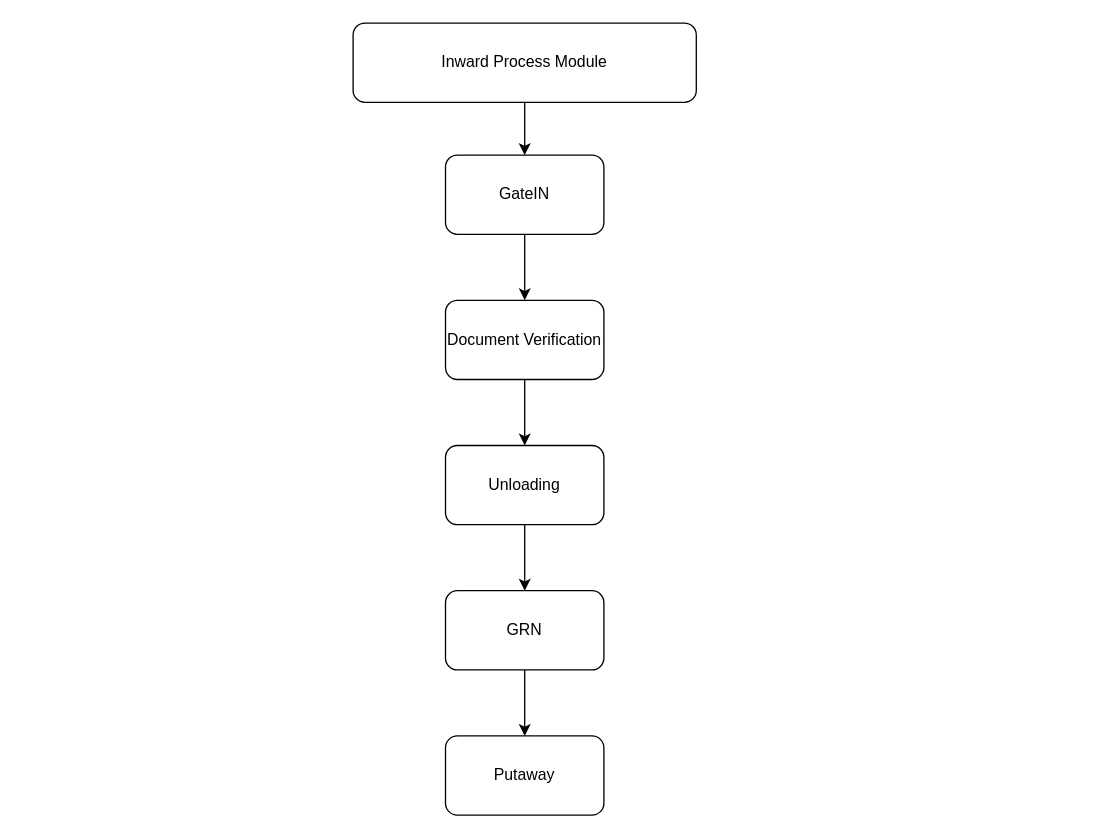
Above: Untitled Diagram.drawio in Sagar-1990/JavaTutorial (draw.io), before the change. Source tidied: cells renumbered, new cells numbered last; positions are measured from the earlier drawing's top-left corner, leaving out a move shared by most shapes. Both pictures are drawn from the tidied source at 132%, with x=0, y=0 at pixel (352, 22).
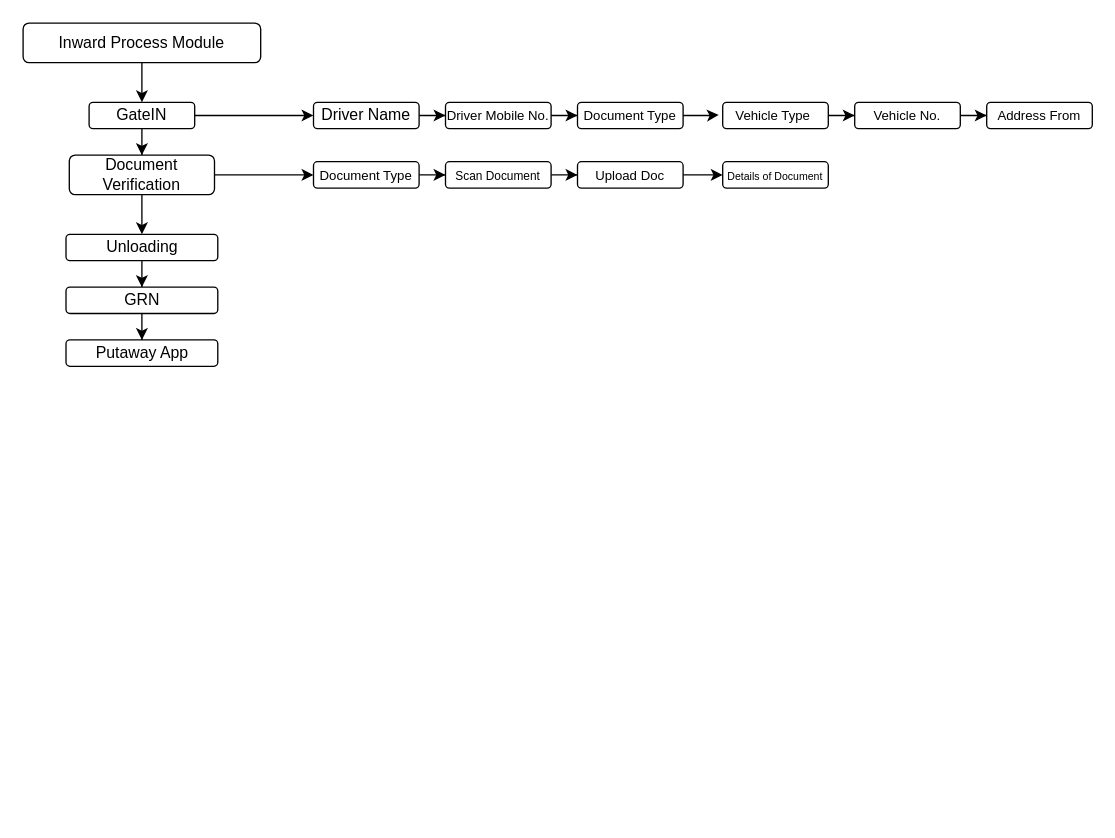
After the change.

What changed in the source:
```diff
@@
     <mxCell id="3" value="Inward Process Module" style="rounded=1;whiteSpace=wrap;html=1;" parent="1" vertex="1">
-      <mxGeometry width="260" height="60" as="geometry" />
+      <mxGeometry x="-250" width="180" height="30" as="geometry" />
     </mxCell>
@@
+    <mxCell id="13" style="edgeStyle=orthogonalEdgeStyle;rounded=0;jettySize=auto;html=1;" parent="1" edge="1" source="5" target="18">
+      <mxGeometry relative="1" as="geometry" />
+    </mxCell>
     <mxCell id="5" value="GateIN" style="rounded=1;whiteSpace=wrap;html=1;" parent="1" vertex="1">
-      <mxGeometry x="70" y="100" width="120" height="60" as="geometry" />
+      <mxGeometry x="-200" y="60" width="80" height="20" as="geometry" />
     </mxCell>
@@
+    <mxCell id="14" style="edgeStyle=orthogonalEdgeStyle;rounded=0;jettySize=auto;html=1;" parent="1" edge="1" source="7">
+      <mxGeometry relative="1" as="geometry">
+        <mxPoint x="-30" y="115" as="targetPoint" />
+      </mxGeometry>
+    </mxCell>
     <mxCell id="7" value="Document Verification" style="rounded=1;whiteSpace=wrap;html=1;" parent="1" vertex="1">
-      <mxGeometry x="70" y="210" width="120" height="60" as="geometry" />
+      <mxGeometry x="-215" y="100" width="110" height="30" as="geometry" />
     </mxCell>
-    <mxCell id="8" style="edgeStyle=orthogonalEdgeStyle;rounded=0;jettySize=auto;html=1;" parent="1" edge="1" source="9" target="10">
-      <mxGeometry relative="1" as="geometry" />
-    </mxCell>
+    <mxCell id="15" style="edgeStyle=orthogonalEdgeStyle;rounded=0;jettySize=auto;html=1;" parent="1" edge="1" source="9" target="16">
+      <mxGeometry relative="1" as="geometry" />
+    </mxCell>
     <mxCell id="9" value="GRN" style="rounded=1;whiteSpace=wrap;html=1;" parent="1" vertex="1">
-      <mxGeometry x="70" y="430" width="120" height="60" as="geometry" />
+      <mxGeometry x="-217.5" y="200" width="115" height="20" as="geometry" />
     </mxCell>
-    <mxCell id="10" value="Putaway" style="rounded=1;whiteSpace=wrap;html=1;" parent="1" vertex="1">
-      <mxGeometry x="70" y="540" width="120" height="60" as="geometry" />
-    </mxCell>
+    <mxCell id="16" value="Putaway App" style="rounded=1;whiteSpace=wrap;html=1;" parent="1" vertex="1">
+      <mxGeometry x="-217.5" y="240" width="115" height="20" as="geometry" />
+    </mxCell>
@@
     <mxCell id="12" value="Unloading" style="rounded=1;whiteSpace=wrap;html=1;" parent="1" vertex="1">
-      <mxGeometry x="70" y="320" width="120" height="60" as="geometry" />
+      <mxGeometry x="-217.5" y="160" width="115" height="20" as="geometry" />
     </mxCell>
+    <mxCell id="17" style="edgeStyle=orthogonalEdgeStyle;rounded=0;jettySize=auto;html=1;entryX=0;entryY=0.5;entryDx=0;entryDy=0;" parent="1" edge="1" source="18" target="20">
+      <mxGeometry relative="1" as="geometry" />
+    </mxCell>
+    <mxCell id="18" value="Driver Name" style="rounded=1;whiteSpace=wrap;html=1;" parent="1" vertex="1">
+      <mxGeometry x="-30" y="60" width="80" height="20" as="geometry" />
+    </mxCell>
+    <mxCell id="19" style="edgeStyle=orthogonalEdgeStyle;rounded=0;jettySize=auto;html=1;entryX=0;entryY=0.5;entryDx=0;entryDy=0;" parent="1" edge="1" source="20" target="23">
+      <mxGeometry relative="1" as="geometry" />
+    </mxCell>
+    <mxCell id="20" value="&lt;p style=&quot;line-height: 120%;&quot;&gt;&lt;font style=&quot;font-size: 10px;&quot;&gt;Driver Mobile No.&lt;/font&gt;&lt;/p&gt;" style="rounded=1;whiteSpace=wrap;html=1;" parent="1" vertex="1">
+      <mxGeometry x="70" y="60" width="80" height="20" as="geometry" />
+    </mxCell>
+    <mxCell id="21" style="edgeStyle=orthogonalEdgeStyle;rounded=0;jettySize=auto;html=1;entryX=0;entryY=0.5;entryDx=0;entryDy=0;" parent="1" edge="1" source="22" target="26">
+      <mxGeometry relative="1" as="geometry" />
+    </mxCell>
+    <mxCell id="22" value="&lt;font style=&quot;font-size: 10px;&quot;&gt;Vehicle Type&lt;/font&gt;&amp;nbsp;" style="rounded=1;whiteSpace=wrap;html=1;" parent="1" vertex="1">
+      <mxGeometry x="280" y="60" width="80" height="20" as="geometry" />
+    </mxCell>
+    <mxCell id="23" value="&lt;font style=&quot;font-size: 10px;&quot;&gt;Document Type&lt;/font&gt;" style="rounded=1;whiteSpace=wrap;html=1;" parent="1" vertex="1">
+      <mxGeometry x="170" y="60" width="80" height="20" as="geometry" />
+    </mxCell>
+    <mxCell id="24" style="edgeStyle=orthogonalEdgeStyle;rounded=0;jettySize=auto;html=1;entryX=-0.037;entryY=0.48;entryDx=0;entryDy=0;entryPerimeter=0;" parent="1" edge="1" source="23" target="22">
+      <mxGeometry relative="1" as="geometry" />
+    </mxCell>
+    <mxCell id="25" style="edgeStyle=orthogonalEdgeStyle;rounded=0;jettySize=auto;html=1;" parent="1" edge="1" source="26" target="27">
+      <mxGeometry relative="1" as="geometry" />
+    </mxCell>
+    <mxCell id="26" value="&lt;span style=&quot;font-size: 10px;&quot;&gt;Vehicle No.&lt;/span&gt;" style="rounded=1;whiteSpace=wrap;html=1;" parent="1" vertex="1">
+      <mxGeometry x="380" y="60" width="80" height="20" as="geometry" />
+    </mxCell>
+    <mxCell id="27" value="&lt;span style=&quot;font-size: 10px;&quot;&gt;Address From&lt;/span&gt;" style="rounded=1;whiteSpace=wrap;html=1;" parent="1" vertex="1">
+      <mxGeometry x="480" y="60" width="80" height="20" as="geometry" />
+    </mxCell>
+    <mxCell id="28" style="edgeStyle=orthogonalEdgeStyle;rounded=0;jettySize=auto;html=1;" parent="1" edge="1" source="29" target="34">
+      <mxGeometry relative="1" as="geometry" />
+    </mxCell>
+    <mxCell id="29" value="&lt;font style=&quot;font-size: 10px;&quot;&gt;Document Type&lt;/font&gt;" style="rounded=1;whiteSpace=wrap;html=1;" parent="1" vertex="1">
+      <mxGeometry x="-30" y="105" width="80" height="20" as="geometry" />
+    </mxCell>
+    <mxCell id="30" value="&lt;font style=&quot;font-size: 8px;&quot;&gt;Details of Document&lt;/font&gt;" style="rounded=1;whiteSpace=wrap;html=1;" parent="1" vertex="1">
+      <mxGeometry x="280" y="105" width="80" height="20" as="geometry" />
+    </mxCell>
+    <mxCell id="31" style="edgeStyle=orthogonalEdgeStyle;rounded=0;jettySize=auto;html=1;" parent="1" edge="1" source="32" target="30">
+      <mxGeometry relative="1" as="geometry" />
+    </mxCell>
+    <mxCell id="32" value="&lt;font style=&quot;font-size: 10px;&quot;&gt;Upload Doc&lt;/font&gt;" style="rounded=1;whiteSpace=wrap;html=1;" parent="1" vertex="1">
+      <mxGeometry x="170" y="105" width="80" height="20" as="geometry" />
+    </mxCell>
+    <mxCell id="33" style="edgeStyle=orthogonalEdgeStyle;rounded=0;jettySize=auto;html=1;" parent="1" edge="1" source="34" target="32">
+      <mxGeometry relative="1" as="geometry" />
+    </mxCell>
+    <mxCell id="34" value="&lt;font style=&quot;font-size: 9px;&quot;&gt;Scan Document&lt;/font&gt;" style="rounded=1;whiteSpace=wrap;html=1;" parent="1" vertex="1">
+      <mxGeometry x="70" y="105" width="80" height="20" as="geometry" />
+    </mxCell>
```
